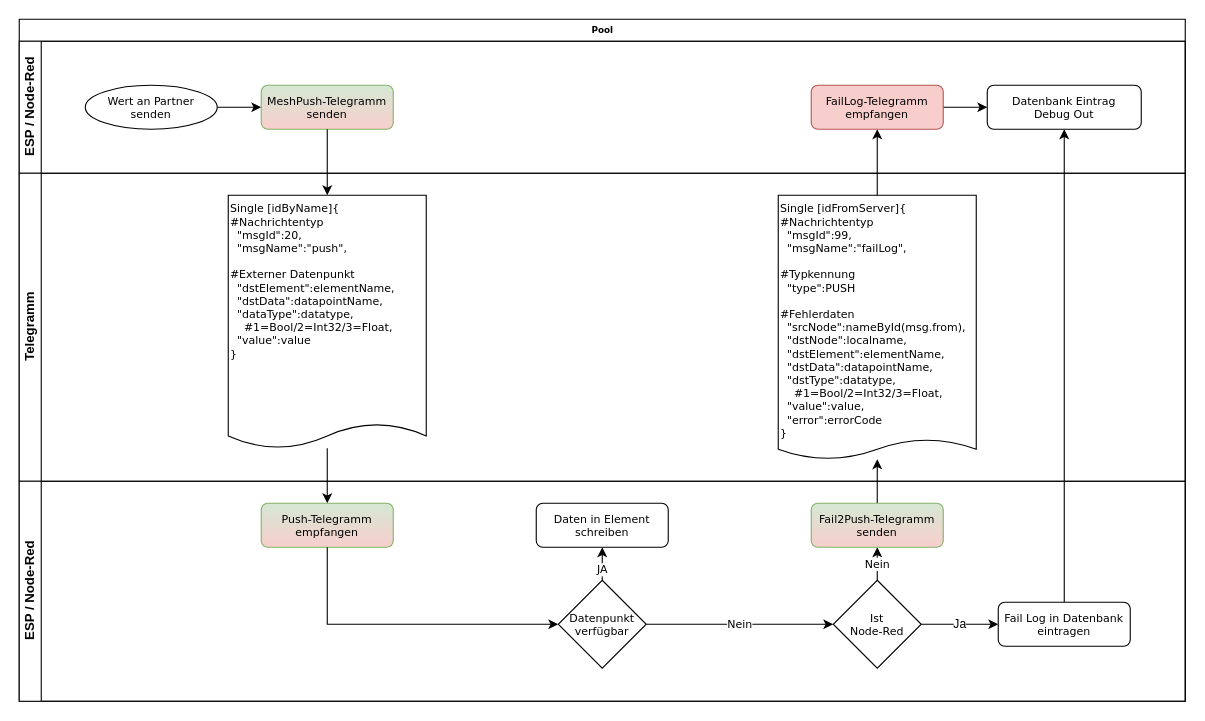
IchOK/JCA_IOT keeps this draw.io diagram as page "Push [2x]" (2 of 8) of Dokumente/IOT-Telegramme.drawio. Above is the earlier version. Source tidied: cells renumbered, new cells numbered last; positions are measured from the earlier drawing's top-left corner, leaving out a move shared by most shapes. Both pictures are drawn from the tidied source at 110%, with x=0, y=0 at pixel (19, 19).
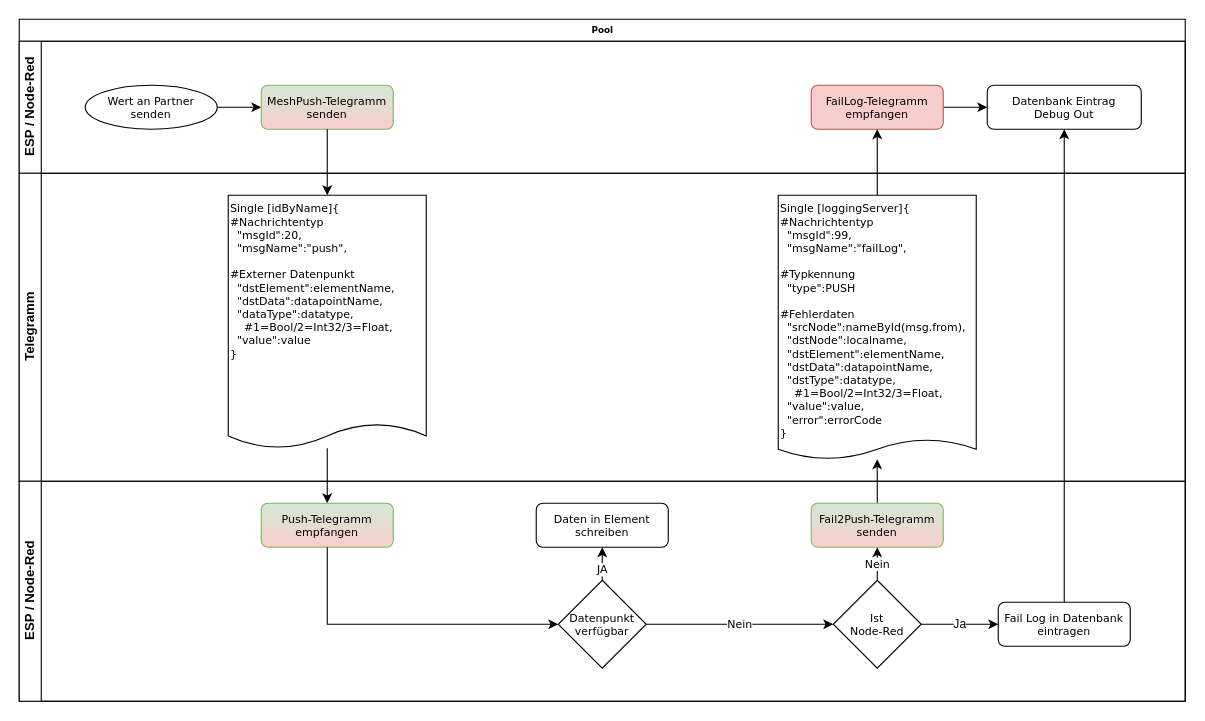
After the change.

Unchanged cells that the change refers to:
```xml
<mxCell id="10" value="Telegramm" style="swimlane;html=1;startSize=20;horizontal=0;swimlaneFillColor=none;" parent="2" vertex="1">
  <mxGeometry y="140" width="1060" height="280" as="geometry" />
</mxCell>
```

Change to the diagram source:
```diff
@@
-    <mxCell id="12" value="Single [idFromServer]{&lt;span&gt;&lt;br&gt;&lt;/span&gt;#Nachrichtentyp&lt;br&gt;&lt;span&gt;&amp;nbsp; &quot;msgId&quot;:99,&lt;br&gt;&lt;/span&gt;&amp;nbsp; &quot;msgName&quot;:&quot;failLog&quot;,&lt;br&gt;&lt;br&gt;#Typkennung&lt;br&gt;&amp;nbsp; &quot;type&quot;:PUSH&lt;br&gt;&lt;br&gt;#Fehlerdaten&lt;br&gt;&amp;nbsp; &quot;srcNode&quot;:nameById(msg.from),&lt;br&gt;&amp;nbsp; &quot;dstNode&quot;:localname,&lt;br&gt;&amp;nbsp; &quot;dstElement&quot;:elementName,&lt;br&gt;&amp;nbsp; &quot;dstData&quot;:datapointName,&lt;br&gt;&amp;nbsp; &quot;dstType&quot;:datatype,&lt;br&gt;&amp;nbsp; &amp;nbsp; #1=Bool/2=Int32/3=Float,&lt;br&gt;&amp;nbsp; &quot;value&quot;:value,&lt;br&gt;&amp;nbsp; &quot;error&quot;:errorCode&lt;br&gt;}" style="shape=document;whiteSpace=wrap;html=1;boundedLbl=1;fontFamily=Verdana;fontSize=10;align=left;verticalAlign=top;size=0.07583325703938802;" parent="10" vertex="1">
+    <mxCell id="12" value="Single [loggingServer]{&lt;span&gt;&lt;br&gt;&lt;/span&gt;#Nachrichtentyp&lt;br&gt;&lt;span&gt;&amp;nbsp; &quot;msgId&quot;:99,&lt;br&gt;&lt;/span&gt;&amp;nbsp; &quot;msgName&quot;:&quot;failLog&quot;,&lt;br&gt;&lt;br&gt;#Typkennung&lt;br&gt;&amp;nbsp; &quot;type&quot;:PUSH&lt;br&gt;&lt;br&gt;#Fehlerdaten&lt;br&gt;&amp;nbsp; &quot;srcNode&quot;:nameById(msg.from),&lt;br&gt;&amp;nbsp; &quot;dstNode&quot;:localname,&lt;br&gt;&amp;nbsp; &quot;dstElement&quot;:elementName,&lt;br&gt;&amp;nbsp; &quot;dstData&quot;:datapointName,&lt;br&gt;&amp;nbsp; &quot;dstType&quot;:datatype,&lt;br&gt;&amp;nbsp; &amp;nbsp; #1=Bool/2=Int32/3=Float,&lt;br&gt;&amp;nbsp; &quot;value&quot;:value,&lt;br&gt;&amp;nbsp; &quot;error&quot;:errorCode&lt;br&gt;}" style="shape=document;whiteSpace=wrap;html=1;boundedLbl=1;fontFamily=Verdana;fontSize=10;align=left;verticalAlign=top;size=0.07583325703938802;" parent="10" vertex="1">
       <mxGeometry x="690" y="20" width="180" height="240" as="geometry" />
     </mxCell>
```
